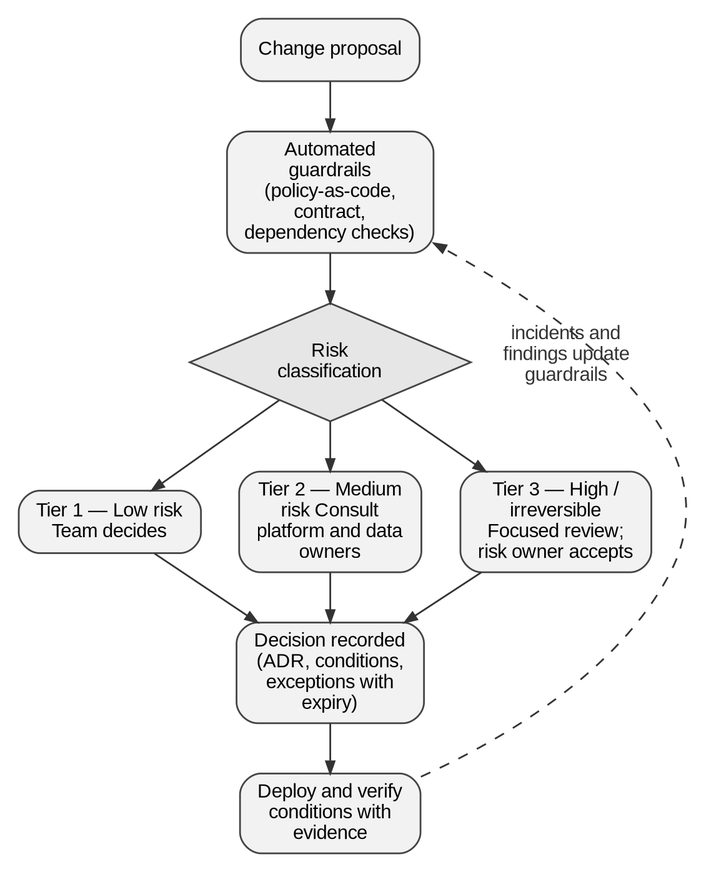
cesarcastrocuba/handbook-solutions-architecture keeps this Graphviz diagram as assets/diagrams/rendered/governance.png. Above is the earlier version. Its source is kept beside it as assets/diagrams/src/governance.dot.
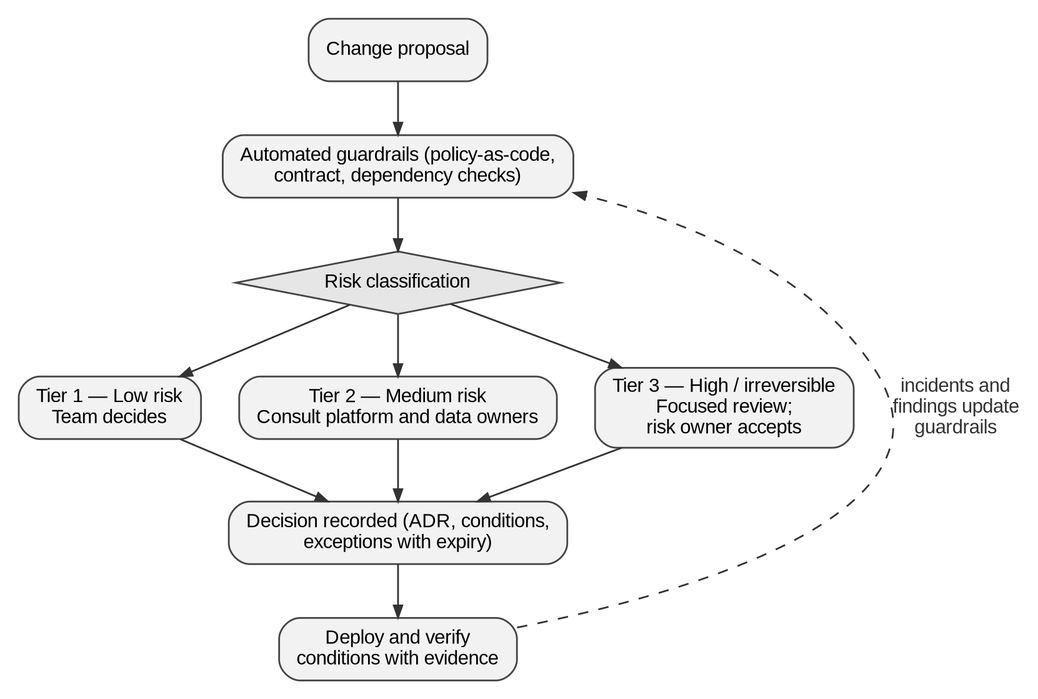
Above is the later version.

Change to the diagram source:
```diff
@@ -2,13 +2,13 @@
 
  rankdir=TB;
  p [label="Change proposal"];
- a [label="Automated\nguardrails\n(policy-as-code,\ncontract,\ndependency checks)"];
- c [label="Risk\nclassification", shape=diamond, style="filled"];
+ a [label="Automated guardrails (policy-as-code,\ncontract, dependency checks)"];
+ c [label="Risk classification", shape=diamond, style="filled"];
  t1 [label="Tier 1 — Low risk\nTeam decides"];
- t2 [label="Tier 2 — Medium\nrisk Consult\nplatform and data\nowners"];
- t3 [label="Tier 3 — High /\nirreversible\nFocused review;\nrisk owner accepts"];
- r [label="Decision recorded\n(ADR, conditions,\nexceptions with\nexpiry)"];
- v [label="Deploy and verify\nconditions with\nevidence"];
+ t2 [label="Tier 2 — Medium risk\nConsult platform and data owners"];
+ t3 [label="Tier 3 — High / irreversible\nFocused review;\nrisk owner accepts"];
+ r [label="Decision recorded (ADR, conditions,\nexceptions with expiry)"];
+ v [label="Deploy and verify\nconditions with evidence"];
  p->a->c; c->t1; c->t2; c->t3; t1->r; t2->r; t3->r; r->v;
- v->a [xlabel="incidents and\nfindings update\nguardrails", style=dashed, constraint=false];
+ v->a [label="incidents and\nfindings update\nguardrails", style=dashed, constraint=false];
 }
```
